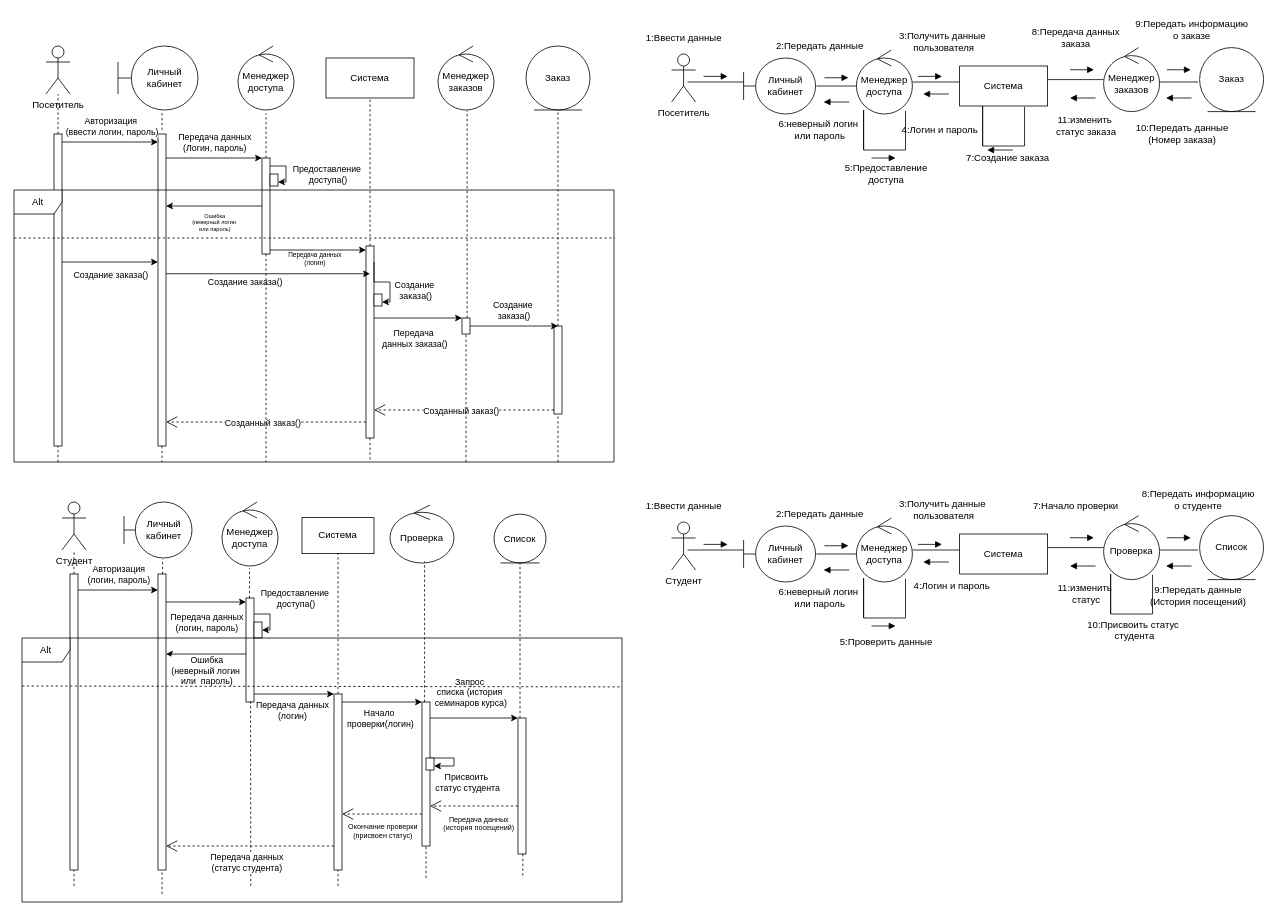
The draw.io diagram AKMS_4.drawio in mopsin666/AKMS, before the edit. Source tidied: cells renumbered, new cells numbered last; positions are measured from the earlier drawing's top-left corner, leaving out a move shared by most shapes. Both pictures are drawn from the tidied source at 80%, with x=0, y=0 at pixel (14, 14).
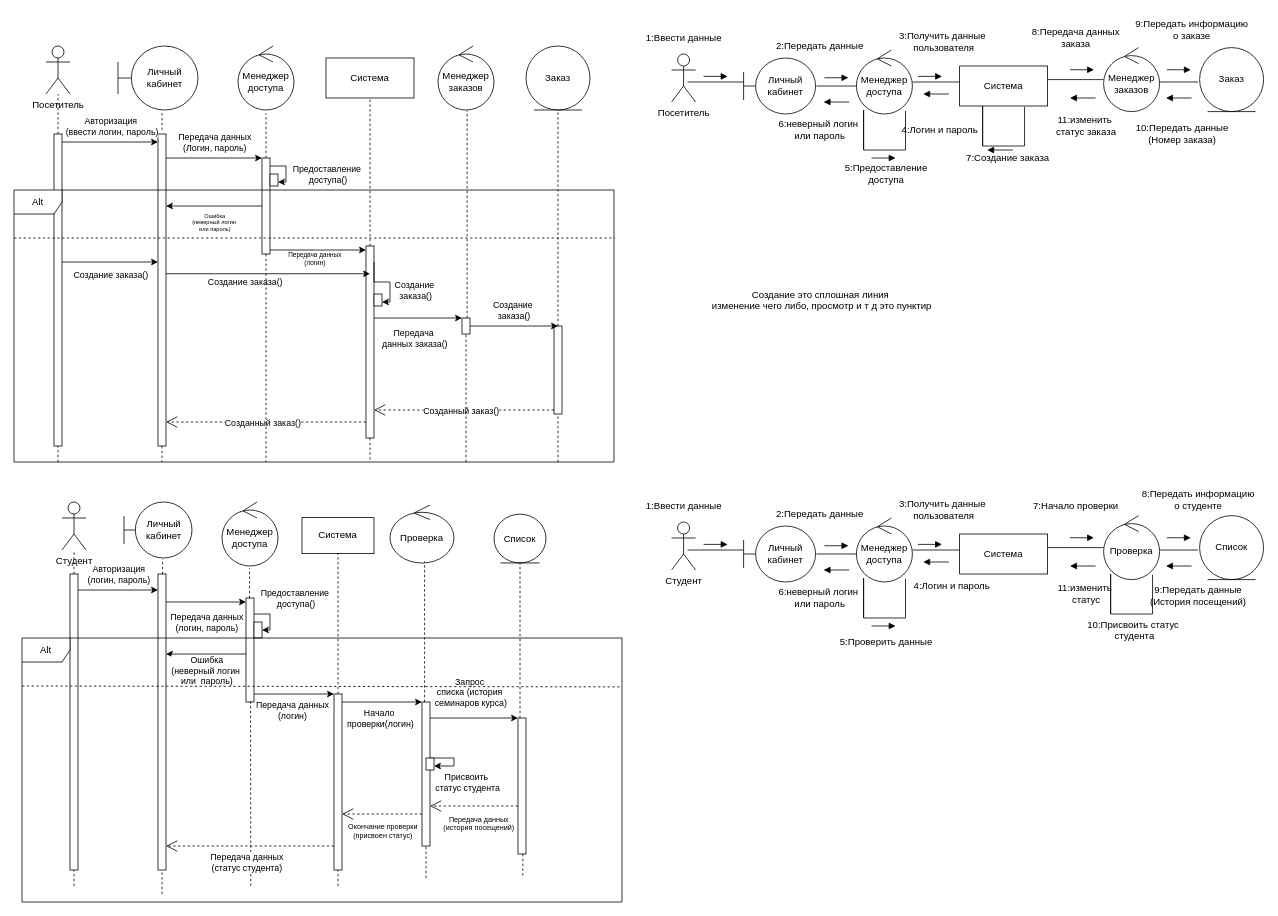
Above is the later version.

Diff of the diagram source:
```diff
@@
+    <mxCell id="173" value="Создание это сплошная линия&amp;nbsp;&lt;br&gt;изменение чего либо, просмотр и т д это пунктир&lt;div&gt;&lt;br&gt;&lt;/div&gt;" style="text;html=1;whiteSpace=wrap;strokeColor=none;fillColor=none;align=center;verticalAlign=middle;rounded=0;" parent="1" vertex="1">
+      <mxGeometry x="870" y="350" width="280" height="30" as="geometry" />
+    </mxCell>
```
